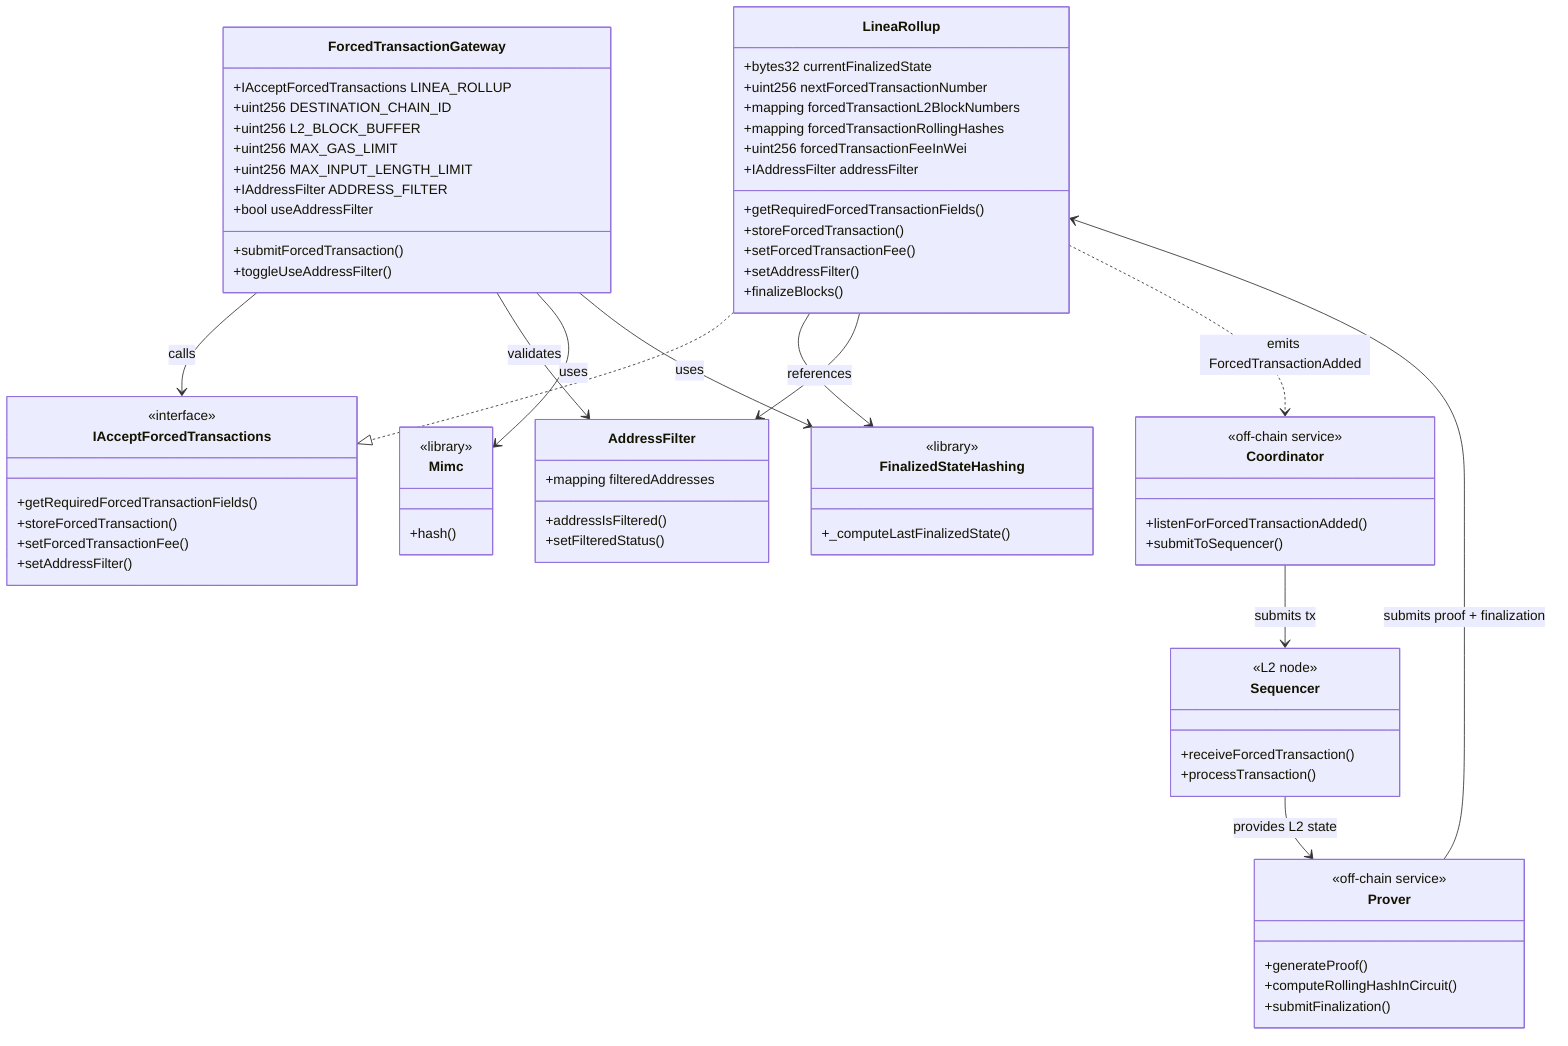
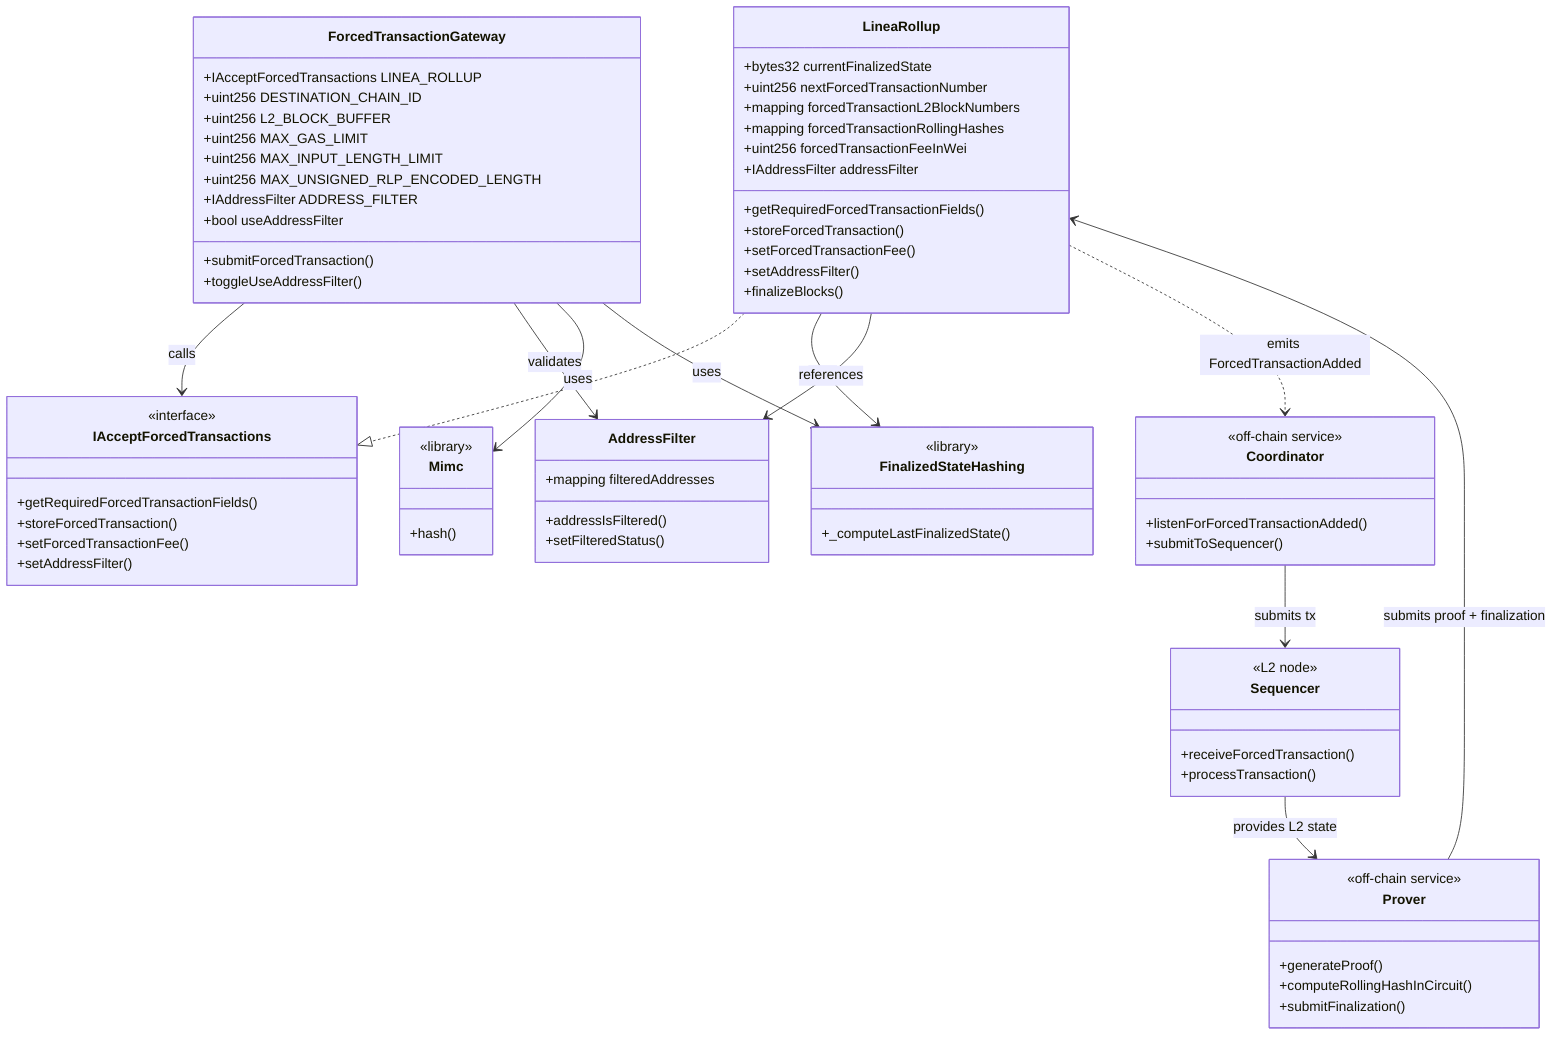
%% Forced Transaction Contract Architecture
%% Renders with: https://mermaid.live or any Mermaid-compatible viewer

classDiagram
    class LineaRollup {
        +bytes32 currentFinalizedState
        +uint256 nextForcedTransactionNumber
        +mapping forcedTransactionL2BlockNumbers
        +mapping forcedTransactionRollingHashes
        +uint256 forcedTransactionFeeInWei
        +IAddressFilter addressFilter
        +getRequiredForcedTransactionFields()
        +storeForcedTransaction()
        +setForcedTransactionFee()
        +setAddressFilter()
        +finalizeBlocks()
    }

    class ForcedTransactionGateway {
        +IAcceptForcedTransactions LINEA_ROLLUP
        +uint256 DESTINATION_CHAIN_ID
        +uint256 L2_BLOCK_BUFFER
        +uint256 MAX_GAS_LIMIT
        +uint256 MAX_INPUT_LENGTH_LIMIT
+         +uint256 MAX_UNSIGNED_RLP_ENCODED_LENGTH
        +IAddressFilter ADDRESS_FILTER
        +bool useAddressFilter
        +submitForcedTransaction()
        +toggleUseAddressFilter()
    }

    class AddressFilter {
        +mapping filteredAddresses
        +addressIsFiltered()
        +setFilteredStatus()
    }

    class IAcceptForcedTransactions {
        <<interface>>
        +getRequiredForcedTransactionFields()
        +storeForcedTransaction()
        +setForcedTransactionFee()
        +setAddressFilter()
    }

    class FinalizedStateHashing {
        <<library>>
        +_computeLastFinalizedState()
    }

    class Mimc {
        <<library>>
        +hash()
    }

    class Coordinator {
        <<off-chain service>>
        +listenForForcedTransactionAdded()
        +submitToSequencer()
    }

    class Sequencer {
        <<L2 node>>
        +receiveForcedTransaction()
        +processTransaction()
    }

    class Prover {
        <<off-chain service>>
        +generateProof()
        +computeRollingHashInCircuit()
        +submitFinalization()
    }

    LineaRollup ..|> IAcceptForcedTransactions
    ForcedTransactionGateway --> IAcceptForcedTransactions : calls
    ForcedTransactionGateway --> AddressFilter : validates
    ForcedTransactionGateway --> Mimc : uses
    ForcedTransactionGateway --> FinalizedStateHashing : uses
    LineaRollup --> FinalizedStateHashing : uses
    LineaRollup --> AddressFilter : references
    LineaRollup ..> Coordinator : emits ForcedTransactionAdded
    Coordinator --> Sequencer : submits tx
    Sequencer --> Prover : provides L2 state
    Prover --> LineaRollup : submits proof + finalization
